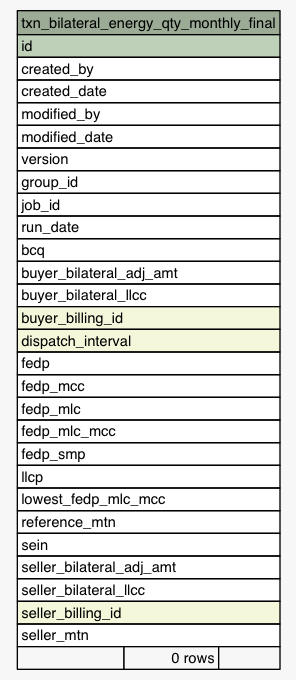
eyana-m/python-data-dictionary-writer keeps this Graphviz diagram as Data/settlement/diagrams/summary/txn_bilateral_energy_qty_monthly_final.1degree.png. Above is the earlier version. Its source is kept beside it as Data/settlement/diagrams/summary/txn_bilateral_energy_qty_monthly_final.1degree.dot. The source it was exported from:
```dot
digraph "txn_bilateral_energy_qty_monthly_final" {
  graph [
    rankdir="RL"
    bgcolor="#f7f7f7"
    nodesep="0.18"
    ranksep="0.46"
    fontname="Helvetica"
    fontsize="11"
  ];
  node [
    fontname="Helvetica"
    fontsize="11"
    shape="plaintext"
  ];
  edge [
    arrowsize="0.8"
  ];
  "txn_bilateral_energy_qty_monthly_final" [
    label=<
    <TABLE BORDER="0" CELLBORDER="1" CELLSPACING="0" BGCOLOR="#ffffff">
      <TR><TD COLSPAN="3" BGCOLOR="#9bab96" ALIGN="CENTER">txn_bilateral_energy_qty_monthly_final</TD></TR>
      <TR><TD PORT="id" COLSPAN="3" BGCOLOR="#bed1b8" ALIGN="LEFT">id</TD></TR>
      <TR><TD PORT="created_by" COLSPAN="3" ALIGN="LEFT">created_by</TD></TR>
      <TR><TD PORT="created_date" COLSPAN="3" ALIGN="LEFT">created_date</TD></TR>
      <TR><TD PORT="modified_by" COLSPAN="3" ALIGN="LEFT">modified_by</TD></TR>
      <TR><TD PORT="modified_date" COLSPAN="3" ALIGN="LEFT">modified_date</TD></TR>
      <TR><TD PORT="version" COLSPAN="3" ALIGN="LEFT">version</TD></TR>
      <TR><TD PORT="group_id" COLSPAN="3" ALIGN="LEFT">group_id</TD></TR>
      <TR><TD PORT="job_id" COLSPAN="3" ALIGN="LEFT">job_id</TD></TR>
      <TR><TD PORT="run_date" COLSPAN="3" ALIGN="LEFT">run_date</TD></TR>
      <TR><TD PORT="bcq" COLSPAN="3" ALIGN="LEFT">bcq</TD></TR>
      <TR><TD PORT="buyer_bilateral_adj_amt" COLSPAN="3" ALIGN="LEFT">buyer_bilateral_adj_amt</TD></TR>
      <TR><TD PORT="buyer_bilateral_llcc" COLSPAN="3" ALIGN="LEFT">buyer_bilateral_llcc</TD></TR>
      <TR><TD PORT="buyer_billing_id" COLSPAN="3" BGCOLOR="#f4f7da" ALIGN="LEFT">buyer_billing_id</TD></TR>
      <TR><TD PORT="dispatch_interval" COLSPAN="3" BGCOLOR="#f4f7da" ALIGN="LEFT">dispatch_interval</TD></TR>
      <TR><TD PORT="fedp" COLSPAN="3" ALIGN="LEFT">fedp</TD></TR>
      <TR><TD PORT="fedp_mcc" COLSPAN="3" ALIGN="LEFT">fedp_mcc</TD></TR>
      <TR><TD PORT="fedp_mlc" COLSPAN="3" ALIGN="LEFT">fedp_mlc</TD></TR>
      <TR><TD PORT="fedp_mlc_mcc" COLSPAN="3" ALIGN="LEFT">fedp_mlc_mcc</TD></TR>
      <TR><TD PORT="fedp_smp" COLSPAN="3" ALIGN="LEFT">fedp_smp</TD></TR>
      <TR><TD PORT="llcp" COLSPAN="3" ALIGN="LEFT">llcp</TD></TR>
      <TR><TD PORT="lowest_fedp_mlc_mcc" COLSPAN="3" ALIGN="LEFT">lowest_fedp_mlc_mcc</TD></TR>
      <TR><TD PORT="reference_mtn" COLSPAN="3" ALIGN="LEFT">reference_mtn</TD></TR>
      <TR><TD PORT="sein" COLSPAN="3" ALIGN="LEFT">sein</TD></TR>
      <TR><TD PORT="seller_bilateral_adj_amt" COLSPAN="3" ALIGN="LEFT">seller_bilateral_adj_amt</TD></TR>
      <TR><TD PORT="seller_bilateral_llcc" COLSPAN="3" ALIGN="LEFT">seller_bilateral_llcc</TD></TR>
      <TR><TD PORT="seller_billing_id" COLSPAN="3" BGCOLOR="#f4f7da" ALIGN="LEFT">seller_billing_id</TD></TR>
      <TR><TD PORT="seller_mtn" COLSPAN="3" ALIGN="LEFT">seller_mtn</TD></TR>
      <TR><TD ALIGN="LEFT" BGCOLOR="#f7f7f7">  </TD><TD ALIGN="RIGHT" BGCOLOR="#f7f7f7">0 rows</TD><TD ALIGN="RIGHT" BGCOLOR="#f7f7f7">  </TD></TR>
    </TABLE>>
    URL="tables/txn_bilateral_energy_qty_monthly_final.html"
    tooltip="txn_bilateral_energy_qty_monthly_final"
  ];
}
```
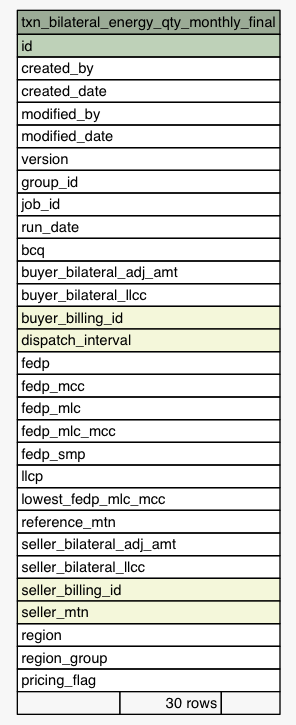
After the change.

The edit, as a diff of the source:
```diff
@@ -41,12 +41,14 @@
       <TR><TD PORT="llcp" COLSPAN="3" ALIGN="LEFT">llcp</TD></TR>
       <TR><TD PORT="lowest_fedp_mlc_mcc" COLSPAN="3" ALIGN="LEFT">lowest_fedp_mlc_mcc</TD></TR>
       <TR><TD PORT="reference_mtn" COLSPAN="3" ALIGN="LEFT">reference_mtn</TD></TR>
-      <TR><TD PORT="sein" COLSPAN="3" ALIGN="LEFT">sein</TD></TR>
       <TR><TD PORT="seller_bilateral_adj_amt" COLSPAN="3" ALIGN="LEFT">seller_bilateral_adj_amt</TD></TR>
       <TR><TD PORT="seller_bilateral_llcc" COLSPAN="3" ALIGN="LEFT">seller_bilateral_llcc</TD></TR>
       <TR><TD PORT="seller_billing_id" COLSPAN="3" BGCOLOR="#f4f7da" ALIGN="LEFT">seller_billing_id</TD></TR>
-      <TR><TD PORT="seller_mtn" COLSPAN="3" ALIGN="LEFT">seller_mtn</TD></TR>
-      <TR><TD ALIGN="LEFT" BGCOLOR="#f7f7f7">  </TD><TD ALIGN="RIGHT" BGCOLOR="#f7f7f7">0 rows</TD><TD ALIGN="RIGHT" BGCOLOR="#f7f7f7">  </TD></TR>
+      <TR><TD PORT="seller_mtn" COLSPAN="3" BGCOLOR="#f4f7da" ALIGN="LEFT">seller_mtn</TD></TR>
+      <TR><TD PORT="region" COLSPAN="3" ALIGN="LEFT">region</TD></TR>
+      <TR><TD PORT="region_group" COLSPAN="3" ALIGN="LEFT">region_group</TD></TR>
+      <TR><TD PORT="pricing_flag" COLSPAN="3" ALIGN="LEFT">pricing_flag</TD></TR>
+      <TR><TD ALIGN="LEFT" BGCOLOR="#f7f7f7">  </TD><TD ALIGN="RIGHT" BGCOLOR="#f7f7f7">30 rows</TD><TD ALIGN="RIGHT" BGCOLOR="#f7f7f7">  </TD></TR>
     </TABLE>>
     URL="tables/txn_bilateral_energy_qty_monthly_final.html"
     tooltip="txn_bilateral_energy_qty_monthly_final"
```
